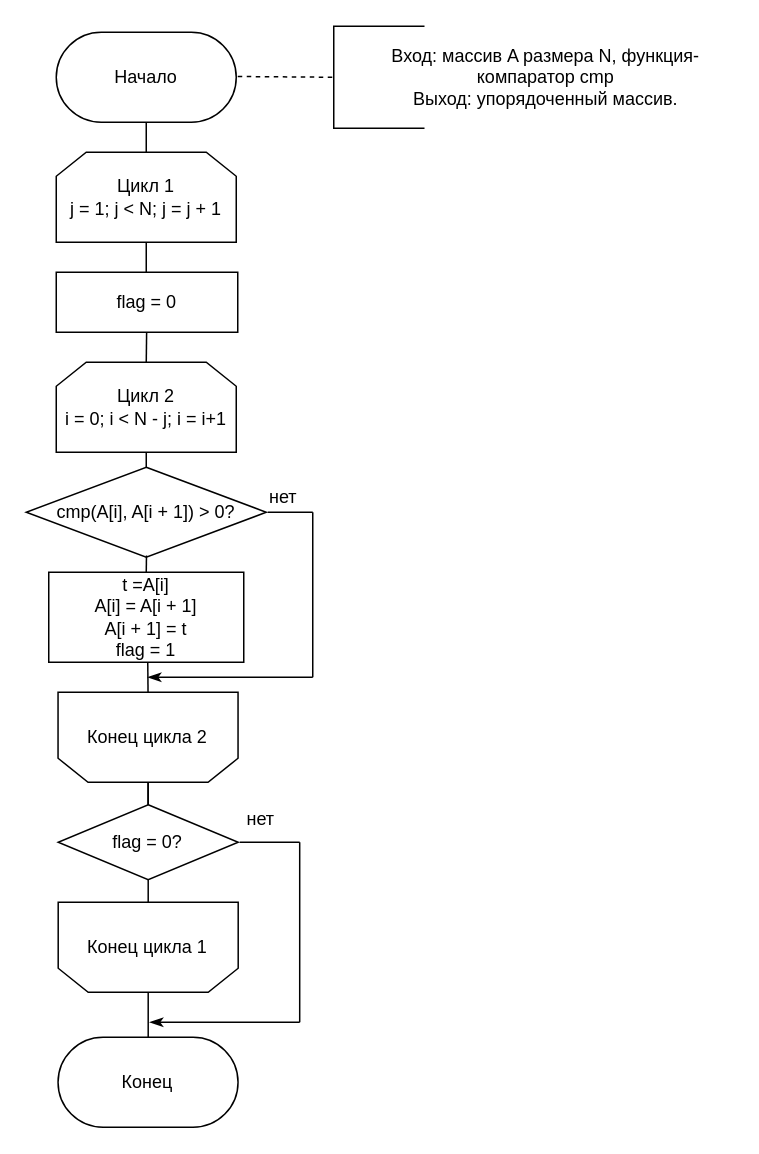
Yokud/5_sem_SE keeps this draw.io diagram as AA/lab_03/docs/imgs/bsort.drawio. Above is the earlier version. Source tidied: cells renumbered, new cells numbered last; positions are measured from the earlier drawing's top-left corner, leaving out a move shared by most shapes. Both pictures are drawn from the tidied source at 150%, with x=0, y=0 at pixel (26, 32).
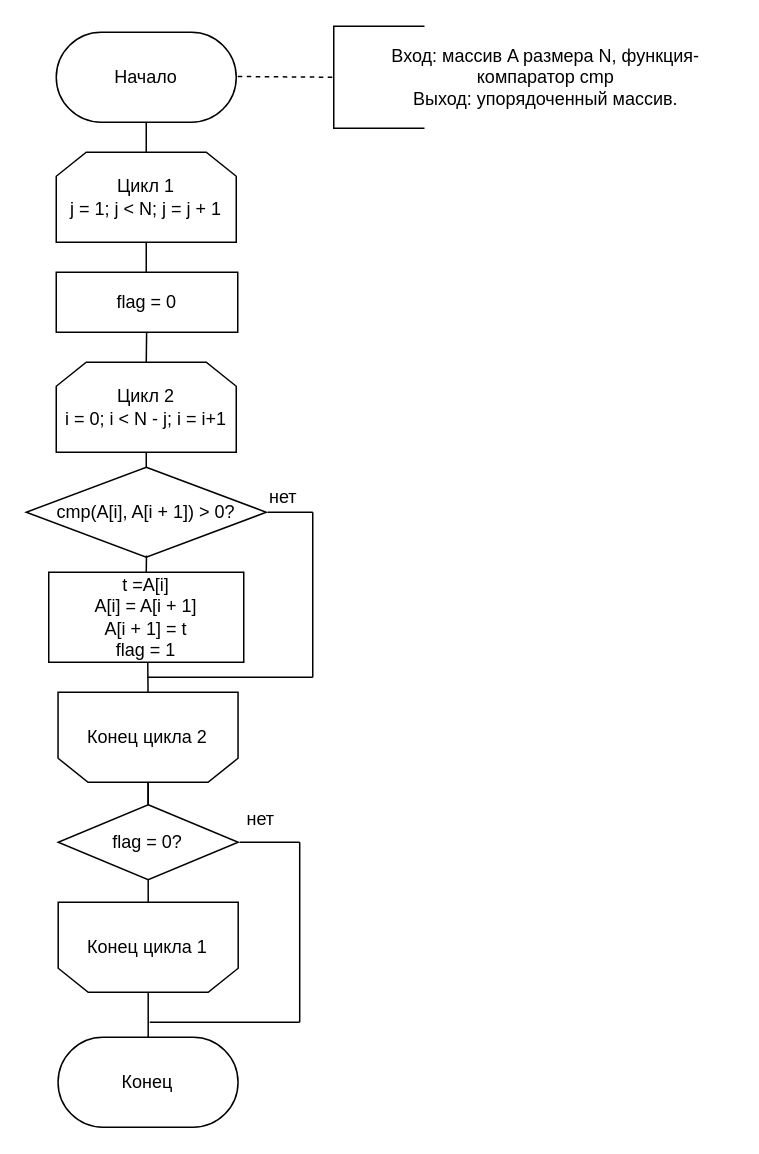
Above is the later version.

Diff of the diagram source:
```diff
@@
-    <mxCell id="22" style="endArrow=classicThin;html=1;endFill=1;" parent="1" edge="1">
+    <mxCell id="22" style="endArrow=none;html=1;endFill=0;" parent="1" edge="1">
       <mxGeometry relative="1" as="geometry">
         <mxPoint x="191" y="430" as="sourcePoint" />
         <mxPoint x="81" y="430" as="targetPoint" />
       </mxGeometry>
     </mxCell>
@@
-    <mxCell id="29" style="endArrow=classicThin;html=1;endFill=1;" parent="1" edge="1">
+    <mxCell id="29" style="endArrow=none;html=1;endFill=0;" parent="1" edge="1">
       <mxGeometry relative="1" as="geometry">
         <mxPoint x="182.3" y="660" as="sourcePoint" />
         <mxPoint x="82.3" y="660" as="targetPoint" />
       </mxGeometry>
     </mxCell>
```
